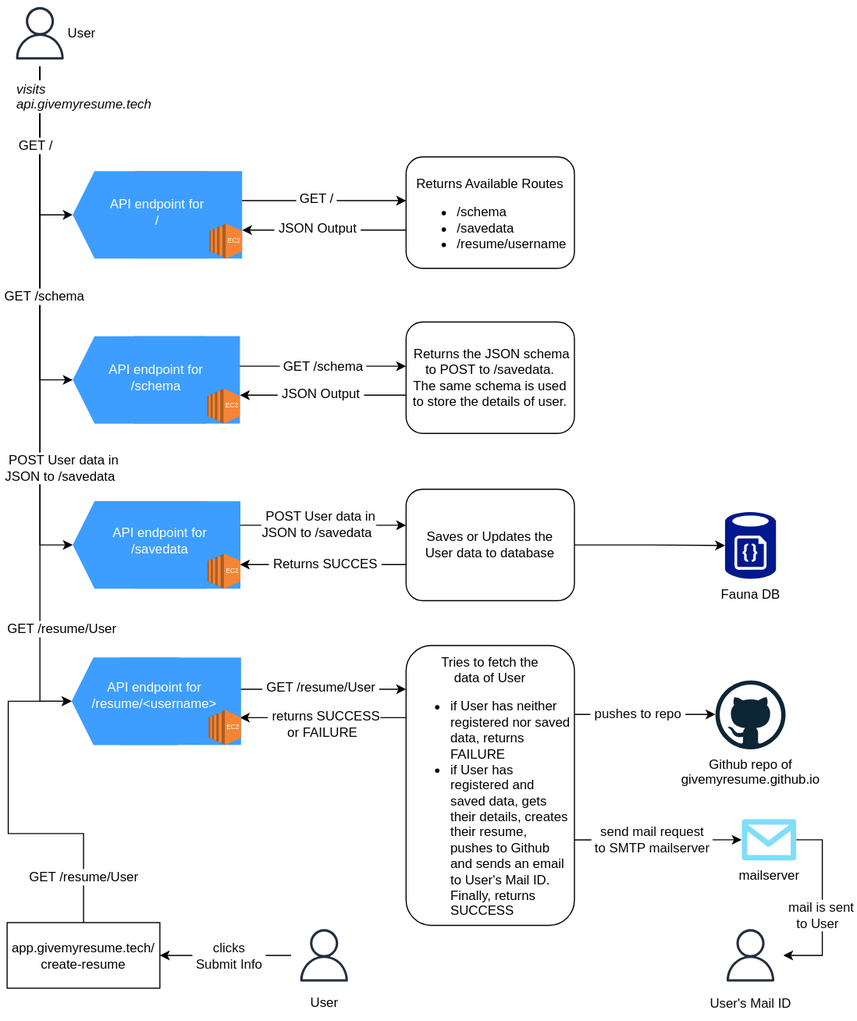
Above: api-workflow.drawio.svg in givemyresume/doc (draw.io), before the change. Source tidied: cells renumbered, new cells last; positions are measured from the earlier drawing's top-left corner, leaving out a move shared by most shapes.
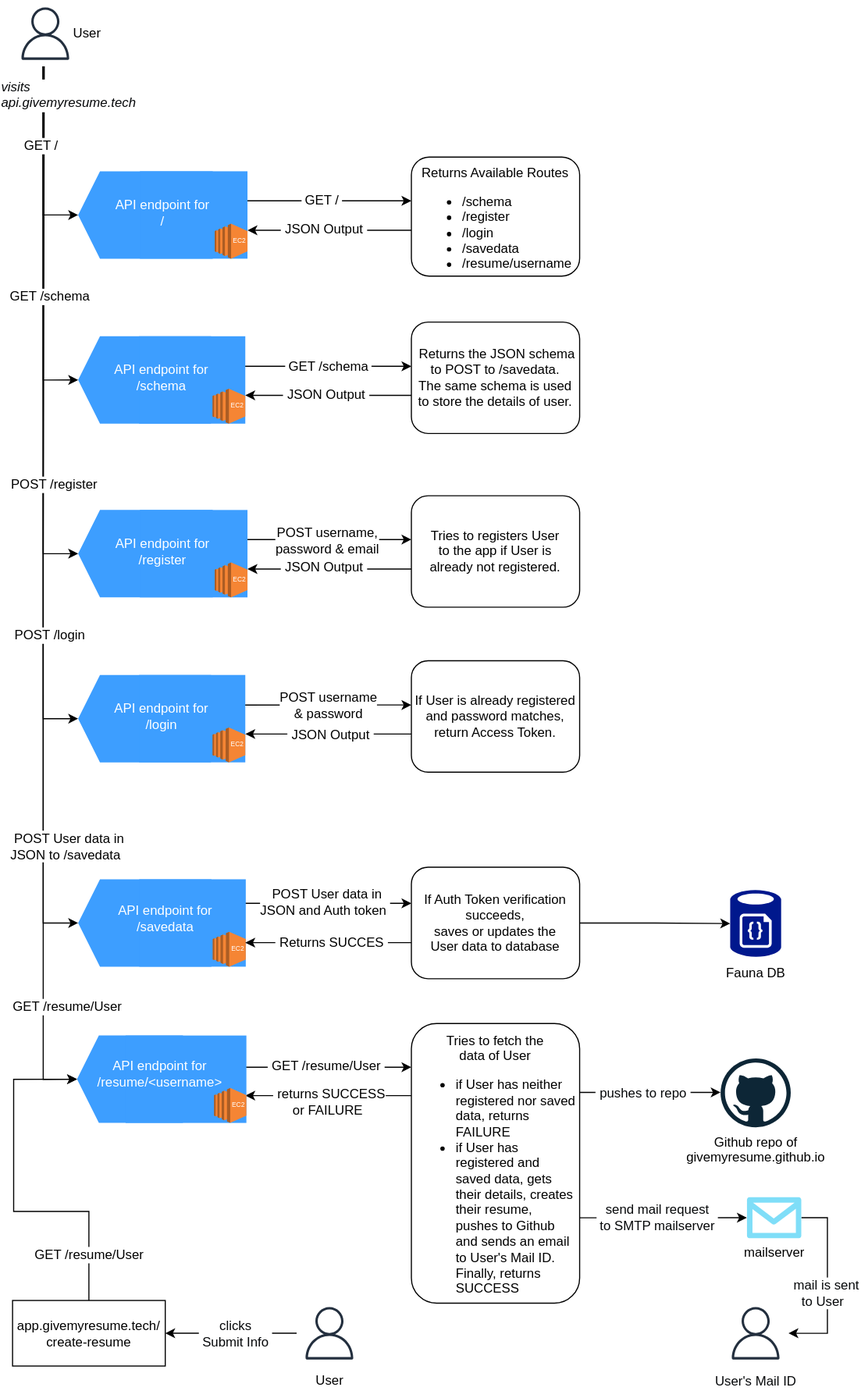
After the change.

What changed in the source:
```diff
@@ -2,6 +2,23 @@
   <root>
     <mxCell id="0" />
     <mxCell id="1" parent="0" />
+    <mxCell id="76" style="edgeStyle=orthogonalEdgeStyle;rounded=0;jettySize=auto;html=1;entryX=1;entryY=0.5;entryDx=0;entryDy=0;fontColor=#FFFFFF;strokeWidth=1;" parent="1" edge="1" target="89">
+      <mxGeometry relative="1" as="geometry">
+        <mxPoint x="28" y="-286" as="sourcePoint" />
+        <Array as="points">
+          <mxPoint x="28" y="311" />
+        </Array>
+      </mxGeometry>
+    </mxCell>
+    <mxCell id="77" style="edgeStyle=orthogonalEdgeStyle;rounded=0;jettySize=auto;html=1;entryX=1;entryY=0.5;entryDx=0;entryDy=0;fontColor=#FFFFFF;strokeWidth=1;" parent="1" edge="1" target="83">
+      <mxGeometry relative="1" as="geometry">
+        <mxPoint x="29" y="-286" as="sourcePoint" />
+        <Array as="points">
+          <mxPoint x="28" y="-286" />
+          <mxPoint x="28" y="160" />
+        </Array>
+      </mxGeometry>
+    </mxCell>
     <mxCell id="2" style="edgeStyle=orthogonalEdgeStyle;rounded=0;orthogonalLoop=1;jettySize=auto;html=1;fontSize=12;fontColor=#000000;startArrow=none;startFill=0;endArrow=classic;endFill=1;" parent="1" edge="1">
       <mxGeometry relative="1" as="geometry">
         <mxPoint x="365" y="656" as="sourcePoint" />
@@ -33,8 +50,8 @@
     <mxCell id="6" style="edgeStyle=orthogonalEdgeStyle;rounded=0;jettySize=auto;html=1;fontColor=#000000;exitX=0.992;exitY=0.15;exitDx=0;exitDy=0;exitPerimeter=0;" parent="1" edge="1" source="21" target="46">
       <mxGeometry relative="1" as="geometry">
         <Array as="points">
-          <mxPoint x="319" y="335" />
-          <mxPoint x="319" y="335" />
+          <mxPoint x="319" y="-11" />
+          <mxPoint x="319" y="-11" />
         </Array>
       </mxGeometry>
     </mxCell>
@@ -46,8 +63,8 @@
     <mxCell id="8" style="edgeStyle=orthogonalEdgeStyle;rounded=0;jettySize=auto;html=1;fontColor=#000000;" parent="1" edge="1" source="15" target="43">
       <mxGeometry relative="1" as="geometry">
         <Array as="points">
-          <mxPoint x="291" y="183" />
-          <mxPoint x="291" y="183" />
+          <mxPoint x="291" y="-163" />
+          <mxPoint x="291" y="-163" />
         </Array>
       </mxGeometry>
     </mxCell>
@@ -64,13 +81,13 @@
         </Array>
       </mxGeometry>
     </mxCell>
-    <mxCell id="11" value="&amp;nbsp;POST User data&amp;nbsp;in &lt;br&gt;JSON to /savedata&amp;nbsp;" style="edgeLabel;html=1;align=center;verticalAlign=middle;fontSize=12;fontColor=#000000;" parent="10" vertex="1">
+    <mxCell id="11" value="&amp;nbsp;POST User data&amp;nbsp;in &lt;br&gt;JSON and Auth token&amp;nbsp;" style="edgeLabel;html=1;align=center;verticalAlign=middle;fontSize=12;fontColor=#000000;" parent="10" vertex="1">
       <mxGeometry x="-0.34" y="-1" relative="1" as="geometry">
         <mxPoint x="22" y="-2" as="offset" />
       </mxGeometry>
     </mxCell>
     <mxCell id="12" style="group;" parent="1" vertex="1">
-      <mxGeometry x="60" y="156" width="157.3" height="82" as="geometry" />
+      <mxGeometry x="60" y="-190" width="157.3" height="82" as="geometry" />
     </mxCell>
     <mxCell id="13" value="&lt;font color=&quot;#ffffff&quot;&gt;&lt;br&gt;&lt;/font&gt;" style="shape=step;perimeter=stepPerimeter;whiteSpace=wrap;html=1;fixedSize=1;rotation=-180;fillColor=#3D9EFF;strokeColor=none;" parent="12" vertex="1">
       <mxGeometry width="123.3" height="80" as="geometry" />
@@ -88,7 +105,7 @@
       <mxGeometry x="140.5" y="58.5" width="14.5" height="11" as="geometry" />
     </mxCell>
     <mxCell id="18" style="group;" parent="1" vertex="1">
-      <mxGeometry x="60" y="307" width="181.5" height="108" as="geometry" />
+      <mxGeometry x="60" y="-39" width="181.5" height="108" as="geometry" />
     </mxCell>
     <mxCell id="19" value="&lt;font color=&quot;#ffffff&quot;&gt;&lt;br&gt;&lt;/font&gt;" style="shape=step;perimeter=stepPerimeter;whiteSpace=wrap;html=1;fixedSize=1;rotation=-180;fillColor=#3D9EFF;strokeColor=none;" parent="18" vertex="1">
       <mxGeometry width="121.7" height="80" as="geometry" />
@@ -142,48 +159,52 @@
       <mxGeometry x="140.7" y="58.5" width="14.3" height="11" as="geometry" />
     </mxCell>
     <mxCell id="36" style="edgeStyle=orthogonalEdgeStyle;rounded=0;jettySize=auto;html=1;fontColor=#FFFFFF;entryX=1;entryY=0.5;entryDx=0;entryDy=0;" parent="1" edge="1" source="41" target="31">
-      <mxGeometry relative="1" as="geometry" />
+      <mxGeometry relative="1" as="geometry">
+        <Array as="points">
+          <mxPoint x="28" y="641" />
+        </Array>
+      </mxGeometry>
     </mxCell>
     <mxCell id="37" style="edgeStyle=orthogonalEdgeStyle;rounded=0;jettySize=auto;html=1;entryX=1;entryY=0.5;entryDx=0;entryDy=0;fontColor=#FFFFFF;" parent="1" edge="1" source="41" target="13">
       <mxGeometry relative="1" as="geometry">
         <Array as="points">
-          <mxPoint x="30" y="196" />
+          <mxPoint x="28" y="-150" />
         </Array>
       </mxGeometry>
     </mxCell>
     <mxCell id="38" style="edgeStyle=orthogonalEdgeStyle;rounded=0;jettySize=auto;html=1;fontColor=#FFFFFF;entryX=1;entryY=0.5;entryDx=0;entryDy=0;" parent="1" edge="1" source="41" target="25">
       <mxGeometry relative="1" as="geometry">
         <Array as="points">
-          <mxPoint x="30" y="498" />
+          <mxPoint x="28" y="498" />
         </Array>
       </mxGeometry>
     </mxCell>
     <mxCell id="39" style="edgeStyle=orthogonalEdgeStyle;rounded=0;jettySize=auto;html=1;entryX=1;entryY=0.5;entryDx=0;entryDy=0;fontColor=#FFFFFF;" parent="1" edge="1" source="41" target="19">
       <mxGeometry relative="1" as="geometry">
         <Array as="points">
-          <mxPoint x="30" y="347" />
+          <mxPoint x="28" y="1" />
         </Array>
       </mxGeometry>
     </mxCell>
     <mxCell id="40" value="visits&#10;api.givemyresume.tech" style="edgeLabel;align=left;verticalAlign=middle;fontSize=12;fontColor=#06080A;labelBorderColor=none;spacingTop=3;spacing=2;fontStyle=2;" parent="39" vertex="1">
       <mxGeometry x="-0.7" y="1" relative="1" as="geometry">
-        <mxPoint x="-24" y="-22" as="offset" />
+        <mxPoint x="-41" y="-24" as="offset" />
       </mxGeometry>
     </mxCell>
     <mxCell id="41" style="sketch=0;outlineConnect=0;fontColor=#232F3E;gradientColor=none;strokeColor=#232F3E;fillColor=#ffffff;dashed=0;verticalLabelPosition=bottom;verticalAlign=top;align=center;html=1;fontSize=12;fontStyle=0;shape=mxgraph.aws4.resourceIcon;resIcon=mxgraph.aws4.user;labelBackgroundColor=none;" parent="1" vertex="1">
-      <mxGeometry width="60" height="60" as="geometry" />
+      <mxGeometry y="-346" width="60" height="60" as="geometry" />
     </mxCell>
     <mxCell id="42" value="&lt;font color=&quot;#000000&quot;&gt;User&lt;/font&gt;" style="text;html=1;strokeColor=none;fillColor=none;align=center;verticalAlign=middle;whiteSpace=wrap;rounded=0;labelBackgroundColor=none;fontColor=#FFFFFF;" parent="1" vertex="1">
-      <mxGeometry x="52" y="15" width="33" height="30" as="geometry" />
+      <mxGeometry x="52" y="-331" width="33" height="30" as="geometry" />
     </mxCell>
-    <mxCell id="43" value="&lt;br&gt;Returns Available Routes&lt;br&gt;&lt;ul&gt;&lt;li style=&quot;text-align: left&quot;&gt;/schema&lt;/li&gt;&lt;li style=&quot;text-align: left&quot;&gt;/savedata&lt;/li&gt;&lt;li style=&quot;text-align: left&quot;&gt;/resume/username&lt;/li&gt;&lt;/ul&gt;" style="rounded=1;whiteSpace=wrap;html=1;labelBackgroundColor=none;fontColor=#000000;fillColor=#FFFFFF;" parent="1" vertex="1">
-      <mxGeometry x="365" y="143" width="154" height="102" as="geometry" />
+    <mxCell id="43" value="&lt;br&gt;Returns Available Routes&lt;br&gt;&lt;ul&gt;&lt;li style=&quot;text-align: left&quot;&gt;/schema&lt;/li&gt;&lt;li style=&quot;text-align: left&quot;&gt;/register&lt;/li&gt;&lt;li style=&quot;text-align: left&quot;&gt;/login&lt;/li&gt;&lt;li style=&quot;text-align: left&quot;&gt;/savedata&lt;/li&gt;&lt;li style=&quot;text-align: left&quot;&gt;/resume/username&lt;/li&gt;&lt;/ul&gt;" style="rounded=1;whiteSpace=wrap;html=1;labelBackgroundColor=none;fontColor=#000000;fillColor=#FFFFFF;" parent="1" vertex="1">
+      <mxGeometry x="365" y="-203" width="154" height="109" as="geometry" />
     </mxCell>
     <mxCell id="44" style="edgeStyle=orthogonalEdgeStyle;rounded=0;jettySize=auto;html=1;fontSize=12;fontColor=#000000;startArrow=none;startFill=0;endArrow=classic;endFill=1;" parent="1" edge="1" source="46">
       <mxGeometry relative="1" as="geometry">
-        <mxPoint x="213" y="361" as="targetPoint" />
+        <mxPoint x="213" y="15" as="targetPoint" />
         <Array as="points">
-          <mxPoint x="213" y="361" />
+          <mxPoint x="213" y="15" />
         </Array>
       </mxGeometry>
     </mxCell>
@@ -193,12 +214,12 @@
       </mxGeometry>
     </mxCell>
     <mxCell id="46" value="&amp;nbsp;Returns the JSON schema to POST to /savedata.&lt;br&gt;The same schema is used to store the details of user." style="rounded=1;whiteSpace=wrap;html=1;labelBackgroundColor=none;fontColor=#000000;fillColor=#FFFFFF;" parent="1" vertex="1">
-      <mxGeometry x="365" y="294" width="154" height="102" as="geometry" />
+      <mxGeometry x="365" y="-52" width="154" height="102" as="geometry" />
     </mxCell>
     <mxCell id="47" style="edgeStyle=orthogonalEdgeStyle;rounded=0;jettySize=auto;html=1;entryX=0;entryY=0.5;entryDx=0;entryDy=0;entryPerimeter=0;fontSize=12;fontColor=#000000;" parent="1" edge="1" source="48" target="54">
       <mxGeometry relative="1" as="geometry" />
     </mxCell>
-    <mxCell id="48" value="Saves or Updates the &lt;br&gt;User data to database" style="rounded=1;whiteSpace=wrap;html=1;labelBackgroundColor=none;fontColor=#000000;fillColor=#FFFFFF;" parent="1" vertex="1">
+    <mxCell id="48" value="If Auth Token verification succeeds, &lt;br&gt;saves or updates the &lt;br&gt;User data to database" style="rounded=1;whiteSpace=wrap;html=1;labelBackgroundColor=none;fontColor=#000000;fillColor=#FFFFFF;" parent="1" vertex="1">
       <mxGeometry x="365" y="447" width="154" height="102" as="geometry" />
     </mxCell>
     <mxCell id="49" style="edgeStyle=orthogonalEdgeStyle;rounded=0;jettySize=auto;html=1;fontSize=12;fontColor=#000000;startArrow=none;startFill=0;endArrow=classic;endFill=1;" parent="1" edge="1" source="53" target="60">
@@ -251,10 +272,10 @@
     </mxCell>
     <mxCell id="58" style="edgeStyle=orthogonalEdgeStyle;rounded=0;orthogonalLoop=1;jettySize=auto;html=1;fontSize=12;fontColor=#000000;startArrow=none;startFill=0;endArrow=classic;endFill=1;" parent="1" edge="1">
       <mxGeometry relative="1" as="geometry">
-        <mxPoint x="365" y="210" as="sourcePoint" />
-        <mxPoint x="215" y="210" as="targetPoint" />
+        <mxPoint x="365" y="-136" as="sourcePoint" />
+        <mxPoint x="215" y="-136" as="targetPoint" />
         <Array as="points">
-          <mxPoint x="215" y="210" />
+          <mxPoint x="215" y="-136" />
         </Array>
       </mxGeometry>
     </mxCell>
@@ -323,10 +344,111 @@
       <mxGeometry x="50" y="428" as="geometry" />
     </mxCell>
     <mxCell id="74" value="&amp;nbsp;GET /schema&amp;nbsp;" style="edgeLabel;html=1;align=center;verticalAlign=middle;fontSize=12;fontColor=#000000;" parent="1" vertex="1">
-      <mxGeometry x="34" y="271" as="geometry" />
+      <mxGeometry x="34" y="-75" as="geometry" />
     </mxCell>
     <mxCell id="75" value="&amp;nbsp;GET /&amp;nbsp;" style="edgeLabel;html=1;align=center;verticalAlign=middle;fontSize=12;fontColor=#000000;" parent="1" vertex="1">
-      <mxGeometry x="26" y="133" as="geometry" />
+      <mxGeometry x="26" y="-213" as="geometry" />
     </mxCell>
+    <mxCell id="78" style="edgeStyle=orthogonalEdgeStyle;rounded=0;jettySize=auto;html=1;fontColor=#000000;exitX=0.992;exitY=0.15;exitDx=0;exitDy=0;exitPerimeter=0;" parent="1" edge="1" source="91" target="97">
+      <mxGeometry relative="1" as="geometry">
+        <Array as="points">
+          <mxPoint x="319" y="299" />
+          <mxPoint x="319" y="299" />
+        </Array>
+      </mxGeometry>
+    </mxCell>
+    <mxCell id="79" value="POST username&lt;br&gt;&amp;amp; password" style="edgeLabel;html=1;align=center;verticalAlign=middle;fontSize=12;fontColor=#000000;" parent="78" vertex="1">
+      <mxGeometry x="-0.11" y="-1" relative="1" as="geometry">
+        <mxPoint x="11" y="-1" as="offset" />
+      </mxGeometry>
+    </mxCell>
+    <mxCell id="80" style="edgeStyle=orthogonalEdgeStyle;rounded=0;jettySize=auto;html=1;fontColor=#000000;" parent="1" edge="1" source="85" target="94">
+      <mxGeometry relative="1" as="geometry">
+        <Array as="points">
+          <mxPoint x="291" y="147" />
+          <mxPoint x="291" y="147" />
+        </Array>
+      </mxGeometry>
+    </mxCell>
+    <mxCell id="81" value="POST username, &lt;br&gt;password &amp;amp; email" style="edgeLabel;html=1;align=center;verticalAlign=middle;fontSize=12;fontColor=#000000;" parent="80" vertex="1">
+      <mxGeometry x="-0.28" y="1" relative="1" as="geometry">
+        <mxPoint x="21" y="1" as="offset" />
+      </mxGeometry>
+    </mxCell>
+    <mxCell id="82" style="group;" parent="1" vertex="1">
+      <mxGeometry x="60" y="120" width="157.3" height="82" as="geometry" />
+    </mxCell>
+    <mxCell id="83" value="&lt;font color=&quot;#ffffff&quot;&gt;&lt;br&gt;&lt;/font&gt;" style="shape=step;perimeter=stepPerimeter;whiteSpace=wrap;html=1;fixedSize=1;rotation=-180;fillColor=#3D9EFF;strokeColor=none;" parent="82" vertex="1">
+      <mxGeometry width="123.3" height="80" as="geometry" />
+    </mxCell>
+    <mxCell id="84" style="rounded=0;whiteSpace=wrap;html=1;fillColor=#3D9EFF;strokeColor=none;" parent="82" vertex="1">
+      <mxGeometry x="56.5" width="98.5" height="80" as="geometry" />
+    </mxCell>
+    <mxCell id="85" value="&lt;span style=&quot;color: rgb(255 , 255 , 255) ; font-family: &amp;#34;helvetica&amp;#34; ; font-size: 12px ; font-style: normal ; font-weight: 400 ; letter-spacing: normal ; text-align: center ; text-indent: 0px ; text-transform: none ; word-spacing: 0px ; display: inline ; float: none&quot;&gt;API endpoint for&lt;/span&gt;&lt;br style=&quot;color: rgb(255 , 255 , 255) ; font-family: &amp;#34;helvetica&amp;#34; ; font-size: 12px ; font-style: normal ; font-weight: 400 ; letter-spacing: normal ; text-align: center ; text-indent: 0px ; text-transform: none ; word-spacing: 0px&quot;&gt;&lt;span style=&quot;color: rgb(255 , 255 , 255) ; font-family: &amp;#34;helvetica&amp;#34; ; font-size: 12px ; font-style: normal ; font-weight: 400 ; letter-spacing: normal ; text-align: center ; text-indent: 0px ; text-transform: none ; word-spacing: 0px ; display: inline ; float: none&quot;&gt;/register&lt;/span&gt;" style="text;html=1;strokeColor=none;fillColor=none;align=center;verticalAlign=middle;whiteSpace=wrap;rounded=0;fontColor=#FFFFFF;labelBackgroundColor=none;" parent="82" vertex="1">
+      <mxGeometry x="3.9" y="23" width="147.3" height="30" as="geometry" />
+    </mxCell>
+    <mxCell id="86" style="dashed=0;verticalLabelPosition=bottom;verticalAlign=top;align=center;html=1;shape=mxgraph.aws3.ec2;fillColor=#F58534;gradientColor=none;labelBackgroundColor=none;fontColor=#000000;" parent="82" vertex="1">
+      <mxGeometry x="125" y="48" width="30" height="32" as="geometry" />
+    </mxCell>
+    <mxCell id="87" value="&lt;font face=&quot;helvetica&quot; style=&quot;font-size: 6px;&quot;&gt;EC2&lt;/font&gt;" style="text;html=1;strokeColor=none;fillColor=none;align=center;verticalAlign=middle;whiteSpace=wrap;rounded=0;fontColor=#FFFFFF;labelBackgroundColor=none;fontSize=6;" parent="82" vertex="1">
+      <mxGeometry x="140.5" y="58.5" width="14.5" height="11" as="geometry" />
+    </mxCell>
+    <mxCell id="88" style="group;" parent="1" vertex="1">
+      <mxGeometry x="60" y="271" width="181.5" height="108" as="geometry" />
+    </mxCell>
+    <mxCell id="89" value="&lt;font color=&quot;#ffffff&quot;&gt;&lt;br&gt;&lt;/font&gt;" style="shape=step;perimeter=stepPerimeter;whiteSpace=wrap;html=1;fixedSize=1;rotation=-180;fillColor=#3D9EFF;strokeColor=none;" parent="88" vertex="1">
+      <mxGeometry width="121.7" height="80" as="geometry" />
+    </mxCell>
+    <mxCell id="90" style="rounded=0;whiteSpace=wrap;html=1;fillColor=#3D9EFF;strokeColor=none;" parent="88" vertex="1">
+      <mxGeometry x="55.8" width="97.2" height="80" as="geometry" />
+    </mxCell>
+    <mxCell id="91" value="&lt;span style=&quot;color: rgb(255 , 255 , 255) ; font-family: &amp;#34;helvetica&amp;#34; ; font-size: 12px ; font-style: normal ; font-weight: 400 ; letter-spacing: normal ; text-align: center ; text-indent: 0px ; text-transform: none ; word-spacing: 0px ; display: inline ; float: none&quot;&gt;API endpoint for&lt;/span&gt;&lt;br style=&quot;color: rgb(255 , 255 , 255) ; font-family: &amp;#34;helvetica&amp;#34; ; font-size: 12px ; font-style: normal ; font-weight: 400 ; letter-spacing: normal ; text-align: center ; text-indent: 0px ; text-transform: none ; word-spacing: 0px&quot;&gt;&lt;span style=&quot;color: rgb(255 , 255 , 255) ; font-family: &amp;#34;helvetica&amp;#34; ; font-size: 12px ; font-style: normal ; font-weight: 400 ; letter-spacing: normal ; text-align: center ; text-indent: 0px ; text-transform: none ; word-spacing: 0px ; display: inline ; float: none&quot;&gt;/login&lt;br&gt;&lt;/span&gt;" style="text;html=1;strokeColor=none;fillColor=none;align=center;verticalAlign=middle;whiteSpace=wrap;rounded=0;fontColor=#FFFFFF;labelBackgroundColor=none;" parent="88" vertex="1">
+      <mxGeometry x="3.8" y="23" width="145.4" height="30" as="geometry" />
+    </mxCell>
+    <mxCell id="92" style="dashed=0;verticalLabelPosition=bottom;verticalAlign=top;align=center;html=1;shape=mxgraph.aws3.ec2;fillColor=#F58534;gradientColor=none;labelBackgroundColor=none;fontColor=#000000;" parent="88" vertex="1">
+      <mxGeometry x="123" y="48" width="30" height="32" as="geometry" />
+    </mxCell>
+    <mxCell id="93" value="&lt;font face=&quot;helvetica&quot; style=&quot;font-size: 6px;&quot;&gt;EC2&lt;/font&gt;" style="text;html=1;strokeColor=none;fillColor=none;align=center;verticalAlign=middle;whiteSpace=wrap;rounded=0;fontColor=#FFFFFF;labelBackgroundColor=none;fontSize=6;" parent="88" vertex="1">
+      <mxGeometry x="138.5" y="58.5" width="14.5" height="11" as="geometry" />
+    </mxCell>
+    <mxCell id="94" value="Tries to registers User &lt;br&gt;to the app if User is &lt;br&gt;already not registered." style="rounded=1;whiteSpace=wrap;html=1;labelBackgroundColor=none;fontColor=#000000;fillColor=#FFFFFF;" parent="1" vertex="1">
+      <mxGeometry x="365" y="107" width="154" height="102" as="geometry" />
+    </mxCell>
+    <mxCell id="95" style="edgeStyle=orthogonalEdgeStyle;rounded=0;jettySize=auto;html=1;fontSize=12;fontColor=#000000;startArrow=none;startFill=0;endArrow=classic;endFill=1;" parent="1" edge="1" source="97">
+      <mxGeometry relative="1" as="geometry">
+        <mxPoint x="213" y="325" as="targetPoint" />
+        <Array as="points">
+          <mxPoint x="213" y="325" />
+        </Array>
+      </mxGeometry>
+    </mxCell>
+    <mxCell id="96" value="&amp;nbsp;JSON Output&amp;nbsp;" style="edgeLabel;html=1;align=center;verticalAlign=middle;fontSize=12;fontColor=#000000;" parent="95" vertex="1">
+      <mxGeometry x="0.12" relative="1" as="geometry">
+        <mxPoint x="11" as="offset" />
+      </mxGeometry>
+    </mxCell>
+    <mxCell id="97" value="If User is already registered and password matches, return Access Token." style="rounded=1;whiteSpace=wrap;html=1;labelBackgroundColor=none;fontColor=#000000;fillColor=#FFFFFF;" parent="1" vertex="1">
+      <mxGeometry x="365" y="258" width="154" height="102" as="geometry" />
+    </mxCell>
+    <mxCell id="98" style="edgeStyle=orthogonalEdgeStyle;rounded=0;orthogonalLoop=1;jettySize=auto;html=1;fontSize=12;fontColor=#000000;startArrow=none;startFill=0;endArrow=classic;endFill=1;" parent="1" edge="1">
+      <mxGeometry relative="1" as="geometry">
+        <mxPoint x="365" y="174" as="sourcePoint" />
+        <mxPoint x="215" y="174" as="targetPoint" />
+        <Array as="points">
+          <mxPoint x="215" y="174" />
+        </Array>
+      </mxGeometry>
+    </mxCell>
+    <mxCell id="99" value="&amp;nbsp;JSON Output&amp;nbsp;" style="edgeLabel;html=1;align=center;verticalAlign=middle;fontSize=12;fontColor=#000000;" parent="98" vertex="1">
+      <mxGeometry x="0.25" y="-1" relative="1" as="geometry">
+        <mxPoint x="13" as="offset" />
+      </mxGeometry>
+    </mxCell>
+    <mxCell id="100" value="POST /login" style="edgeLabel;html=1;align=center;verticalAlign=middle;fontSize=12;fontColor=#000000;" parent="1" vertex="1">
+      <mxGeometry x="34" y="235" as="geometry" />
+    </mxCell>
+    <mxCell id="101" value="POST /register" style="edgeLabel;html=1;align=center;verticalAlign=middle;fontSize=12;fontColor=#000000;" parent="1" vertex="1">
+      <mxGeometry x="38" y="97" as="geometry" />
+    </mxCell>
   </root>
 </mxGraphModel>
```
